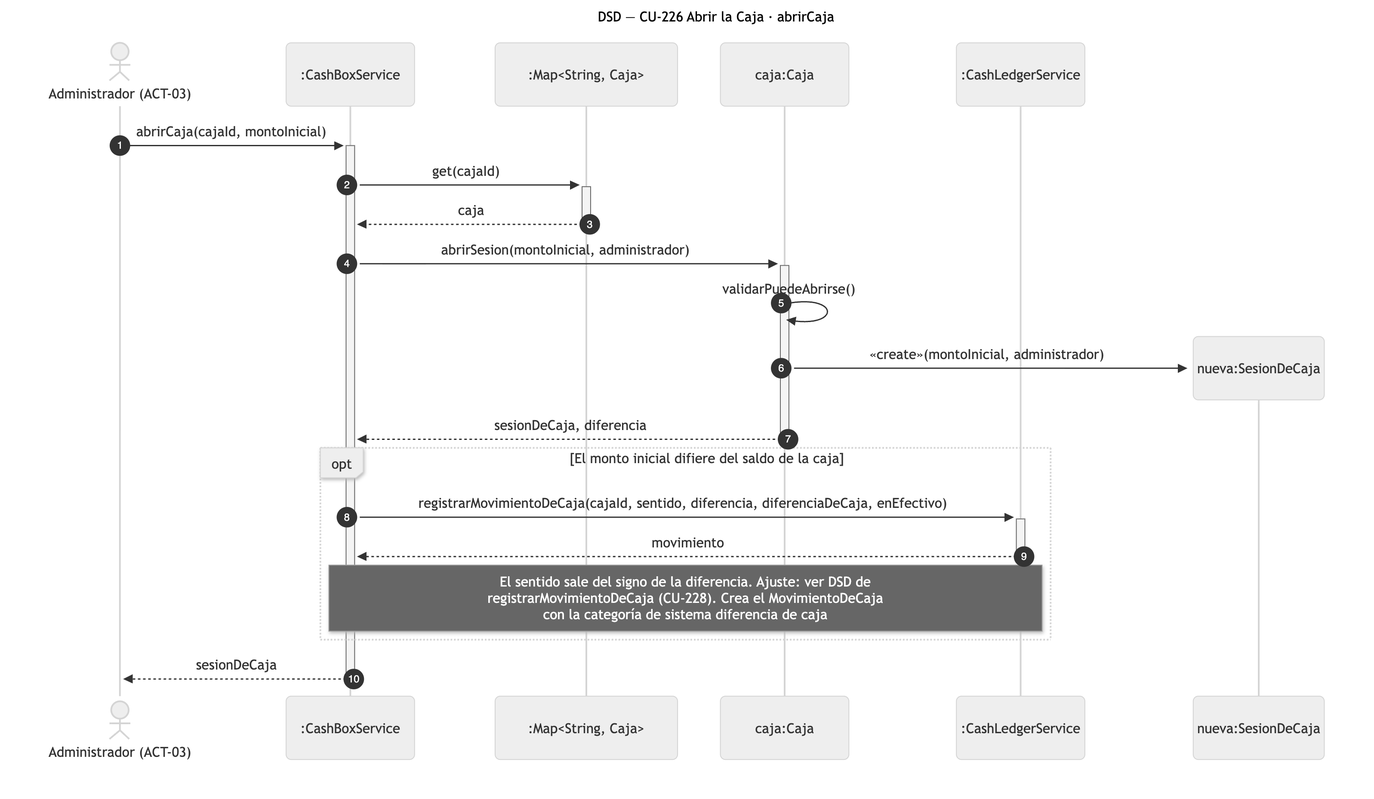
This is diagramas/png/DSD_CU-226_abrirCaja.png from Nahuelito-Dev/splg-docs, a Mermaid export, as it was before one commit. Its source is kept beside it as diagramas/DSD_CU-226_abrirCaja.mmd.
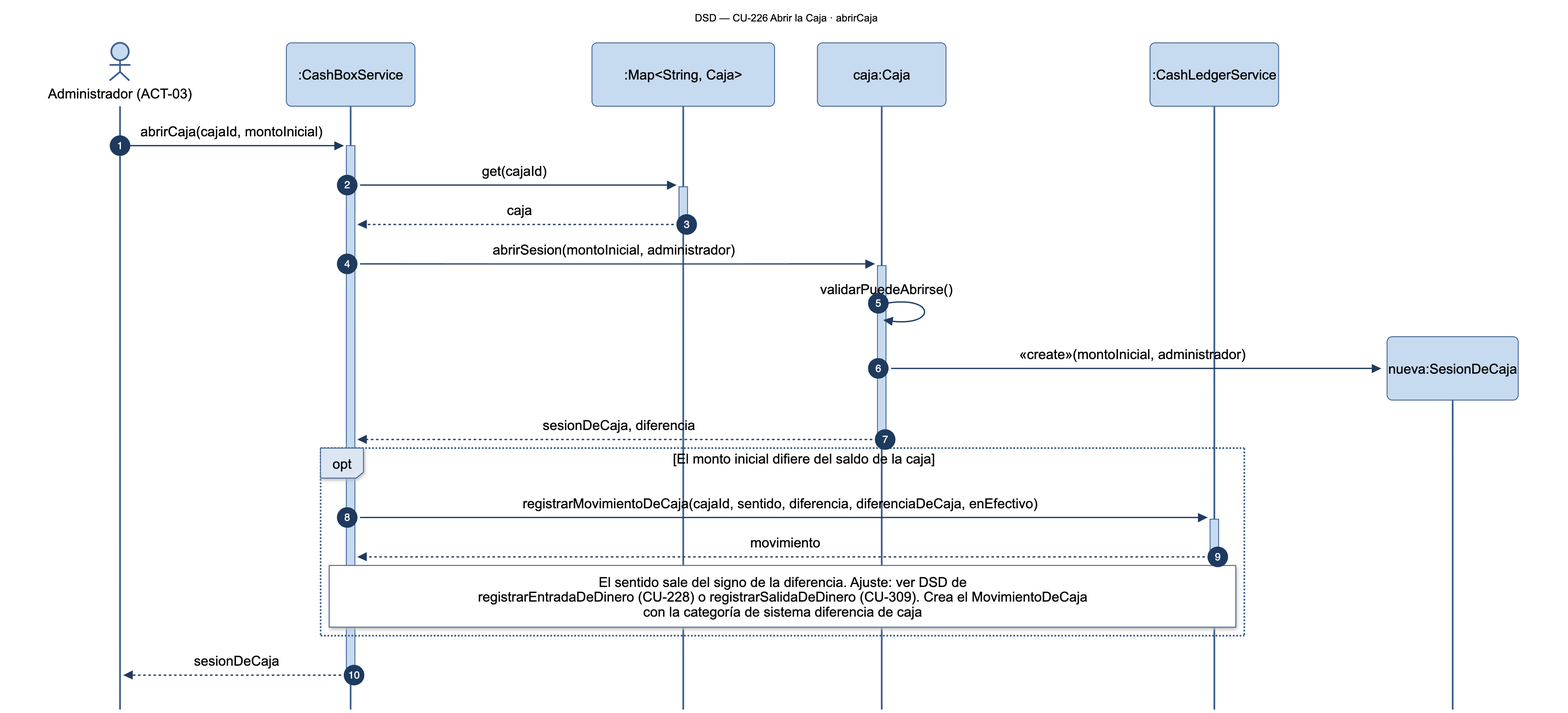
The same diagram one commit later.

Diff of the diagram source:
```diff
@@ -18,6 +18,6 @@
     opt El monto inicial difiere del saldo de la caja
         SRV->>+LDG: registrarMovimientoDeCaja(cajaId, sentido, diferencia, diferenciaDeCaja, enEfectivo)
         LDG-->>-SRV: movimiento
-        Note over SRV,LDG: El sentido sale del signo de la diferencia. Ajuste: ver DSD de<br/>registrarMovimientoDeCaja (CU-228). Crea el MovimientoDeCaja<br/>con la categoría de sistema diferencia de caja
+        Note over SRV,LDG: El sentido sale del signo de la diferencia. Ajuste: ver DSD de<br/>registrarEntradaDeDinero (CU-228) o registrarSalidaDeDinero (CU-309). Crea el MovimientoDeCaja<br/>con la categoría de sistema diferencia de caja
     end
     SRV-->>-ADM: sesionDeCaja
```
